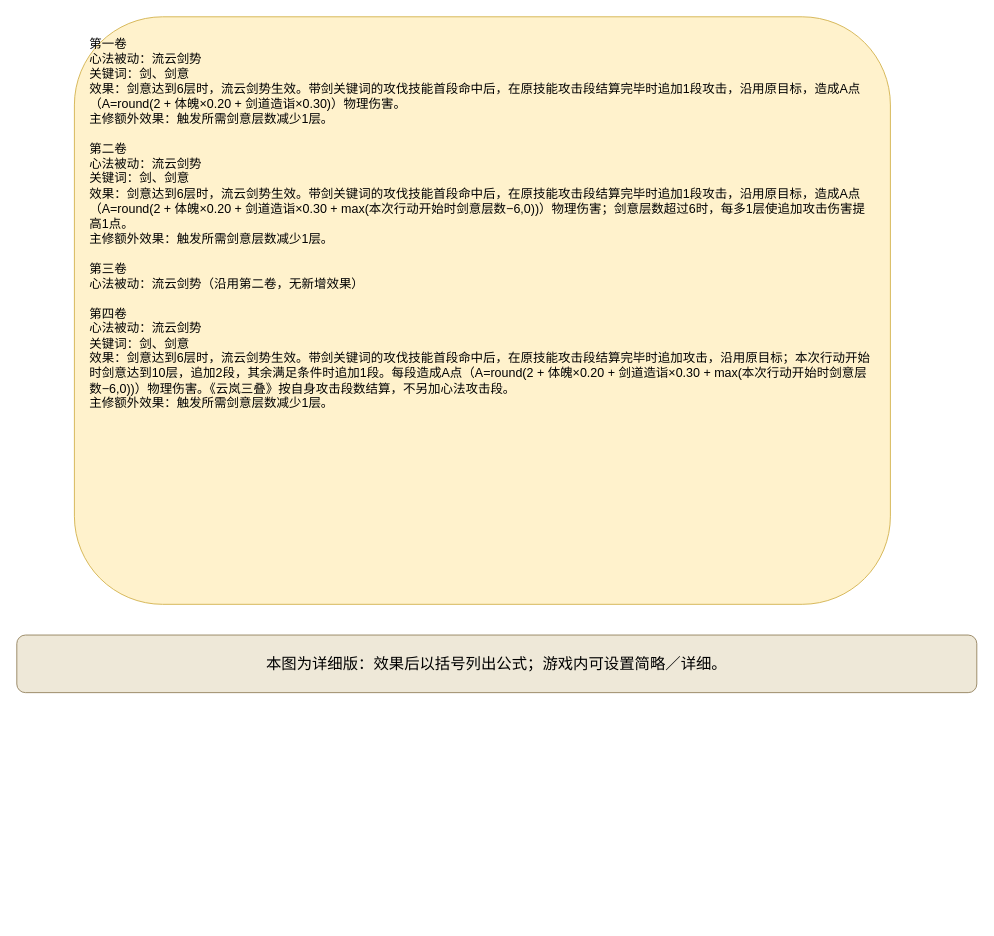
Before: page "流云剑势" (1 of 2) of docs/卡牌词典/秘籍技能/舒卷天章/心法.drawio in ankundanetracyc-spec/tian-guan-you-du, a draw.io diagram. Source tidied: cells renumbered, new cells numbered last; positions are measured from the earlier drawing's top-left corner, leaving out a move shared by most shapes. Both pictures are drawn from the tidied source at 96%, with x=0, y=0 at pixel (16, 16).
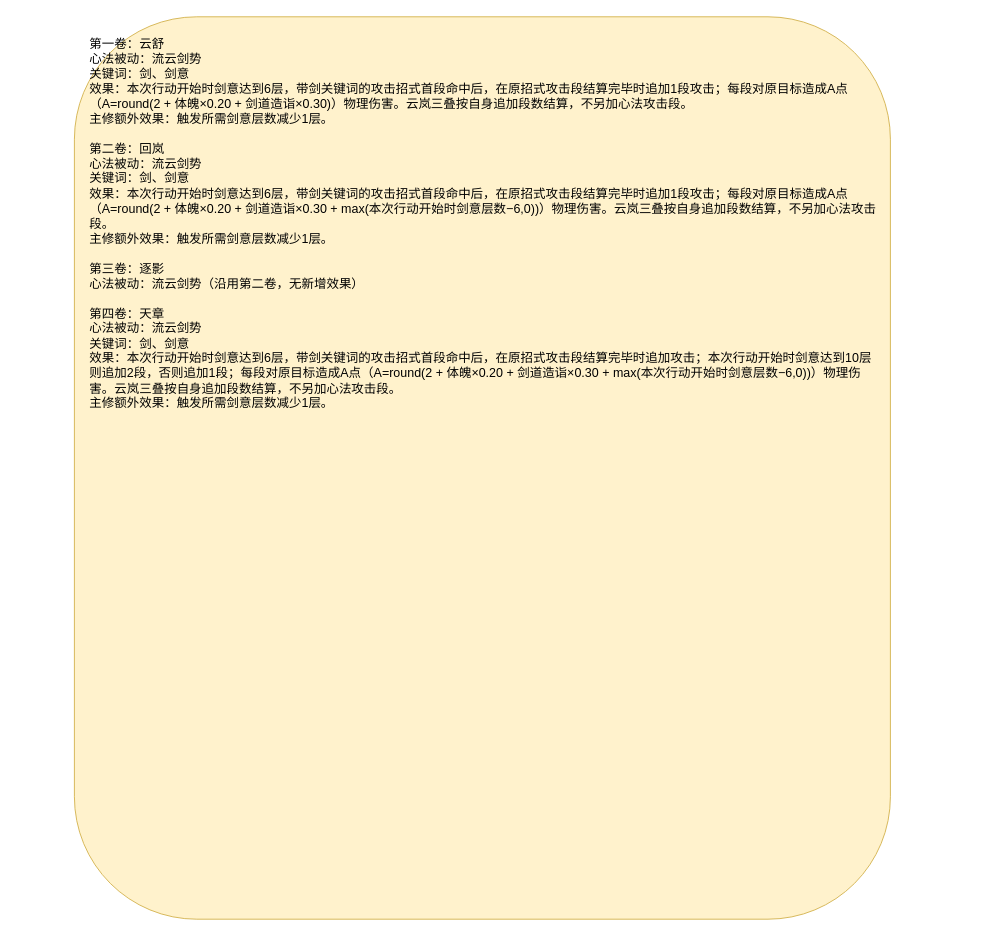
The same diagram, later.

Change to the diagram source:
```diff
@@
 <mxGraphModel>
   <root>
     <mxCell id="0" />
     <mxCell id="1" parent="0" />
-    <mxCell id="2" value="第一卷&#10;心法被动：流云剑势&#10;关键词：剑、剑意&#10;效果：剑意达到6层时，流云剑势生效。带剑关键词的攻伐技能首段命中后，在原技能攻击段结算完毕时追加1段攻击，沿用原目标，造成A点（A=round(2 + 体魄×0.20 + 剑道造诣×0.30)）物理伤害。&#10;主修额外效果：触发所需剑意层数减少1层。&#10;&#10;第二卷&#10;心法被动：流云剑势&#10;关键词：剑、剑意&#10;效果：剑意达到6层时，流云剑势生效。带剑关键词的攻伐技能首段命中后，在原技能攻击段结算完毕时追加1段攻击，沿用原目标，造成A点（A=round(2 + 体魄×0.20 + 剑道造诣×0.30 + max(本次行动开始时剑意层数−6,0))）物理伤害；剑意层数超过6时，每多1层使追加攻击伤害提高1点。&#10;主修额外效果：触发所需剑意层数减少1层。&#10;&#10;第三卷&#10;心法被动：流云剑势（沿用第二卷，无新增效果）&#10;&#10;第四卷&#10;心法被动：流云剑势&#10;关键词：剑、剑意&#10;效果：剑意达到6层时，流云剑势生效。带剑关键词的攻伐技能首段命中后，在原技能攻击段结算完毕时追加攻击，沿用原目标；本次行动开始时剑意达到10层，追加2段，其余满足条件时追加1段。每段造成A点（A=round(2 + 体魄×0.20 + 剑道造诣×0.30 + max(本次行动开始时剑意层数−6,0))）物理伤害。《云岚三叠》按自身攻击段数结算，不另加心法攻击段。&#10;主修额外效果：触发所需剑意层数减少1层。" style="rounded=1;whiteSpace=wrap;html=1;fillColor=#fff2cc;strokeColor=#d6b656;fontSize=13;align=left;verticalAlign=top;spacing=16;" parent="1" vertex="1">
-      <mxGeometry x="60" width="850" height="612" as="geometry" />
+    <mxCell id="2" value="第一卷：云舒&lt;br&gt;心法被动：流云剑势&lt;br&gt;关键词：剑、剑意&lt;br&gt;效果：本次行动开始时剑意达到6层，带剑关键词的攻击招式首段命中后，在原招式攻击段结算完毕时追加1段攻击；每段对原目标造成A点（A=round(2 + 体魄×0.20 + 剑道造诣×0.30)）物理伤害。云岚三叠按自身追加段数结算，不另加心法攻击段。&lt;br&gt;主修额外效果：触发所需剑意层数减少1层。&lt;br&gt;&lt;br&gt;第二卷：回岚&lt;br&gt;心法被动：流云剑势&lt;br&gt;关键词：剑、剑意&lt;br&gt;效果：本次行动开始时剑意达到6层，带剑关键词的攻击招式首段命中后，在原招式攻击段结算完毕时追加1段攻击；每段对原目标造成A点（A=round(2 + 体魄×0.20 + 剑道造诣×0.30 + max(本次行动开始时剑意层数−6,0))）物理伤害。云岚三叠按自身追加段数结算，不另加心法攻击段。&lt;br&gt;主修额外效果：触发所需剑意层数减少1层。&lt;br&gt;&lt;br&gt;第三卷：逐影&lt;br&gt;心法被动：流云剑势（沿用第二卷，无新增效果）&lt;br&gt;&lt;br&gt;第四卷：天章&lt;br&gt;心法被动：流云剑势&lt;br&gt;关键词：剑、剑意&lt;br&gt;效果：本次行动开始时剑意达到6层，带剑关键词的攻击招式首段命中后，在原招式攻击段结算完毕时追加攻击；本次行动开始时剑意达到10层则追加2段，否则追加1段；每段对原目标造成A点（A=round(2 + 体魄×0.20 + 剑道造诣×0.30 + max(本次行动开始时剑意层数−6,0))）物理伤害。云岚三叠按自身追加段数结算，不另加心法攻击段。&lt;br&gt;主修额外效果：触发所需剑意层数减少1层。" style="rounded=1;whiteSpace=wrap;html=1;fillColor=#fff2cc;strokeColor=#d6b656;fontSize=13;align=left;verticalAlign=top;spacing=16;" parent="1" vertex="1">
+      <mxGeometry x="60" width="850" height="940" as="geometry" />
     </mxCell>
-    <mxCell id="3" value="本图为详细版：效果后以括号列出公式；游戏内可设置简略／详细。" style="rounded=1;whiteSpace=wrap;html=1;fillColor=#eee8d8;strokeColor=#9a8967;fontSize=16;" parent="1" vertex="1">
-      <mxGeometry y="644" width="1000" height="60" as="geometry" />
-    </mxCell>
   </root>
 </mxGraphModel>
```
